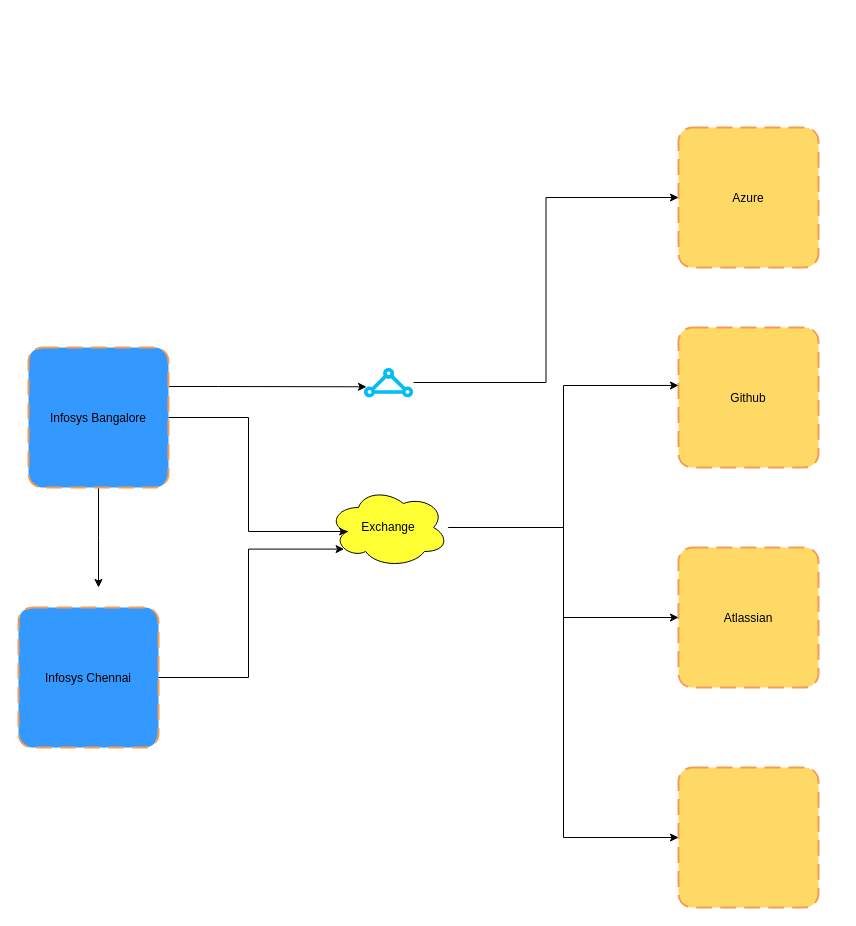
Above: page "HighLevel_Architecture" (1 of 7) of Future_Infra_Arch.drawio in gonchigars/awesome-startup-credits (draw.io), before the change. Source tidied: cells renumbered, new cells numbered last; positions are measured from the earlier drawing's top-left corner, leaving out a move shared by most shapes. Both pictures are drawn from the tidied source at 100%, with x=0, y=0 at pixel (18, 127).
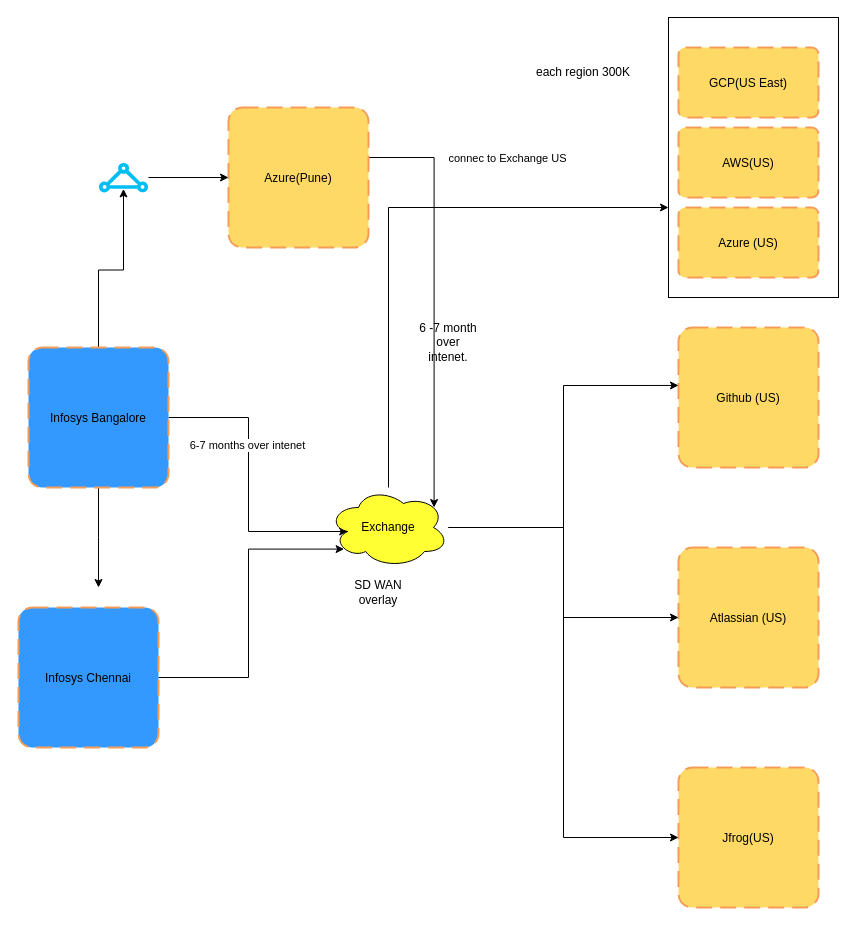
Above is the later version.

The change refers to these unchanged cells:
```xml
<mxCell id="3" style="edgeStyle=orthogonalEdgeStyle;rounded=0;jettySize=auto;html=1;entryX=0.16;entryY=0.55;entryDx=0;entryDy=0;entryPerimeter=0;" parent="1" edge="1" source="5" target="15">
  <mxGeometry relative="1" as="geometry" />
</mxCell>
<mxCell id="5" value="Infosys Bangalore" style="rounded=1;arcSize=10;dashed=1;strokeColor=#F59D56;fillColor=#3399FF;gradientColor=none;dashPattern=8 4;strokeWidth=2;" parent="1" vertex="1">
  <mxGeometry x="10" y="220" width="140" height="140" as="geometry" />
</mxCell>
<mxCell id="15" value="Exchange" style="ellipse;shape=cloud;whiteSpace=wrap;html=1;fillColor=#FFFF33;" parent="1" vertex="1">
  <mxGeometry x="310" y="360" width="120" height="80" as="geometry" />
</mxCell>
```

Diff of the diagram source:
```diff
@@
+    <mxCell id="18" value="6-7 months over intenet" style="edgeLabel;html=1;align=center;verticalAlign=middle;" parent="3" vertex="1">
+      <mxGeometry x="-0.27" y="-2" relative="1" as="geometry" />
+    </mxCell>
-    <mxCell id="4" style="edgeStyle=orthogonalEdgeStyle;rounded=0;jettySize=auto;html=1;entryX=0.06;entryY=0.644;entryDx=0;entryDy=0;entryPerimeter=0;" parent="1" edge="1" source="5" target="17">
-      <mxGeometry relative="1" as="geometry">
-        <Array as="points">
-          <mxPoint x="200" y="259" />
-          <mxPoint x="200" y="259" />
-        </Array>
-      </mxGeometry>
+    <mxCell id="4" style="edgeStyle=orthogonalEdgeStyle;rounded=0;jettySize=auto;html=1;entryX=0.5;entryY=0.88;entryDx=0;entryDy=0;entryPerimeter=0;" parent="1" edge="1" source="5" target="17">
+      <mxGeometry relative="1" as="geometry" />
     </mxCell>
@@
+    <mxCell id="19" style="edgeStyle=orthogonalEdgeStyle;rounded=0;jettySize=auto;html=1;entryX=0.88;entryY=0.25;entryDx=0;entryDy=0;entryPerimeter=0;" parent="1" edge="1" source="6" target="15">
+      <mxGeometry relative="1" as="geometry">
+        <Array as="points">
+          <mxPoint x="416" y="30" />
+        </Array>
+      </mxGeometry>
+    </mxCell>
+    <mxCell id="20" value="connec to Exchange US" style="edgeLabel;html=1;align=center;verticalAlign=middle;" parent="19" vertex="1">
+      <mxGeometry x="-0.69" relative="1" as="geometry">
+        <mxPoint x="74" as="offset" />
+      </mxGeometry>
+    </mxCell>
-    <mxCell id="6" value="Azure" style="rounded=1;arcSize=10;dashed=1;strokeColor=#F59D56;fillColor=#FFD966;gradientColor=none;dashPattern=8 4;strokeWidth=2;" parent="1" vertex="1">
-      <mxGeometry x="660" width="140" height="140" as="geometry" />
+    <mxCell id="6" value="Azure(Pune)" style="rounded=1;arcSize=10;dashed=1;strokeColor=#F59D56;fillColor=#FFD966;gradientColor=none;dashPattern=8 4;strokeWidth=2;" parent="1" vertex="1">
+      <mxGeometry x="210" y="-20" width="140" height="140" as="geometry" />
     </mxCell>
-    <mxCell id="7" value="Github" style="rounded=1;arcSize=10;dashed=1;strokeColor=#F59D56;fillColor=#FFD966;gradientColor=none;dashPattern=8 4;strokeWidth=2;" parent="1" vertex="1">
+    <mxCell id="7" value="Github (US)" style="rounded=1;arcSize=10;dashed=1;strokeColor=#F59D56;fillColor=#FFD966;gradientColor=none;dashPattern=8 4;strokeWidth=2;" parent="1" vertex="1">
       <mxGeometry x="660" y="200" width="140" height="140" as="geometry" />
     </mxCell>
-    <mxCell id="8" value="Atlassian" style="rounded=1;arcSize=10;dashed=1;strokeColor=#F59D56;fillColor=#FFD966;gradientColor=none;dashPattern=8 4;strokeWidth=2;" parent="1" vertex="1">
+    <mxCell id="8" value="Atlassian (US)" style="rounded=1;arcSize=10;dashed=1;strokeColor=#F59D56;fillColor=#FFD966;gradientColor=none;dashPattern=8 4;strokeWidth=2;" parent="1" vertex="1">
       <mxGeometry x="660" y="420" width="140" height="140" as="geometry" />
     </mxCell>
-    <mxCell id="9" style="rounded=1;arcSize=10;dashed=1;strokeColor=#F59D56;fillColor=#FFD966;gradientColor=none;dashPattern=8 4;strokeWidth=2;" parent="1" vertex="1">
+    <mxCell id="9" value="Jfrog(US)" style="rounded=1;arcSize=10;dashed=1;strokeColor=#F59D56;fillColor=#FFD966;gradientColor=none;dashPattern=8 4;strokeWidth=2;" parent="1" vertex="1">
       <mxGeometry x="660" y="640" width="140" height="140" as="geometry" />
     </mxCell>
@@
+    <mxCell id="21" style="edgeStyle=orthogonalEdgeStyle;rounded=0;jettySize=auto;html=1;" parent="1" edge="1" source="15">
+      <mxGeometry relative="1" as="geometry">
+        <mxPoint x="650" y="80" as="targetPoint" />
+        <Array as="points">
+          <mxPoint x="370" y="80" />
+        </Array>
+      </mxGeometry>
+    </mxCell>
@@
     <mxCell id="17" style="verticalLabelPosition=bottom;html=1;verticalAlign=top;align=center;strokeColor=none;fillColor=#00BEF2;shape=mxgraph.azure.express_route;" parent="1" vertex="1">
-      <mxGeometry x="345" y="240" width="50" height="30" as="geometry" />
+      <mxGeometry x="80" y="35" width="50" height="30" as="geometry" />
     </mxCell>
+    <mxCell id="22" value="Azure (US)" style="rounded=1;arcSize=10;dashed=1;strokeColor=#F59D56;fillColor=#FFD966;gradientColor=none;dashPattern=8 4;strokeWidth=2;" parent="1" vertex="1">
+      <mxGeometry x="660" y="80" width="140" height="70" as="geometry" />
+    </mxCell>
+    <mxCell id="23" value="AWS(US)" style="rounded=1;arcSize=10;dashed=1;strokeColor=#F59D56;fillColor=#FFD966;gradientColor=none;dashPattern=8 4;strokeWidth=2;" parent="1" vertex="1">
+      <mxGeometry x="660" width="140" height="70" as="geometry" />
+    </mxCell>
+    <mxCell id="24" value="GCP(US East)" style="rounded=1;arcSize=10;dashed=1;strokeColor=#F59D56;fillColor=#FFD966;gradientColor=none;dashPattern=8 4;strokeWidth=2;" parent="1" vertex="1">
+      <mxGeometry x="660" y="-80" width="140" height="70" as="geometry" />
+    </mxCell>
+    <mxCell id="25" value="each region 300K" style="text;html=1;strokeColor=none;fillColor=none;align=center;verticalAlign=middle;whiteSpace=wrap;rounded=0;" parent="1" vertex="1">
+      <mxGeometry x="510" y="-70" width="110" height="30" as="geometry" />
+    </mxCell>
+    <mxCell id="26" style="rounded=0;whiteSpace=wrap;html=1;fillColor=none;" parent="1" vertex="1">
+      <mxGeometry x="650" y="-110" width="170" height="280" as="geometry" />
+    </mxCell>
+    <mxCell id="27" value="6 -7 month over intenet." style="text;html=1;strokeColor=none;fillColor=none;align=center;verticalAlign=middle;whiteSpace=wrap;rounded=0;" parent="1" vertex="1">
+      <mxGeometry x="400" y="200" width="60" height="30" as="geometry" />
+    </mxCell>
+    <mxCell id="28" value="SD WAN overlay" style="text;html=1;strokeColor=none;fillColor=none;align=center;verticalAlign=middle;whiteSpace=wrap;rounded=0;" parent="1" vertex="1">
+      <mxGeometry x="330" y="450" width="60" height="30" as="geometry" />
+    </mxCell>
```
